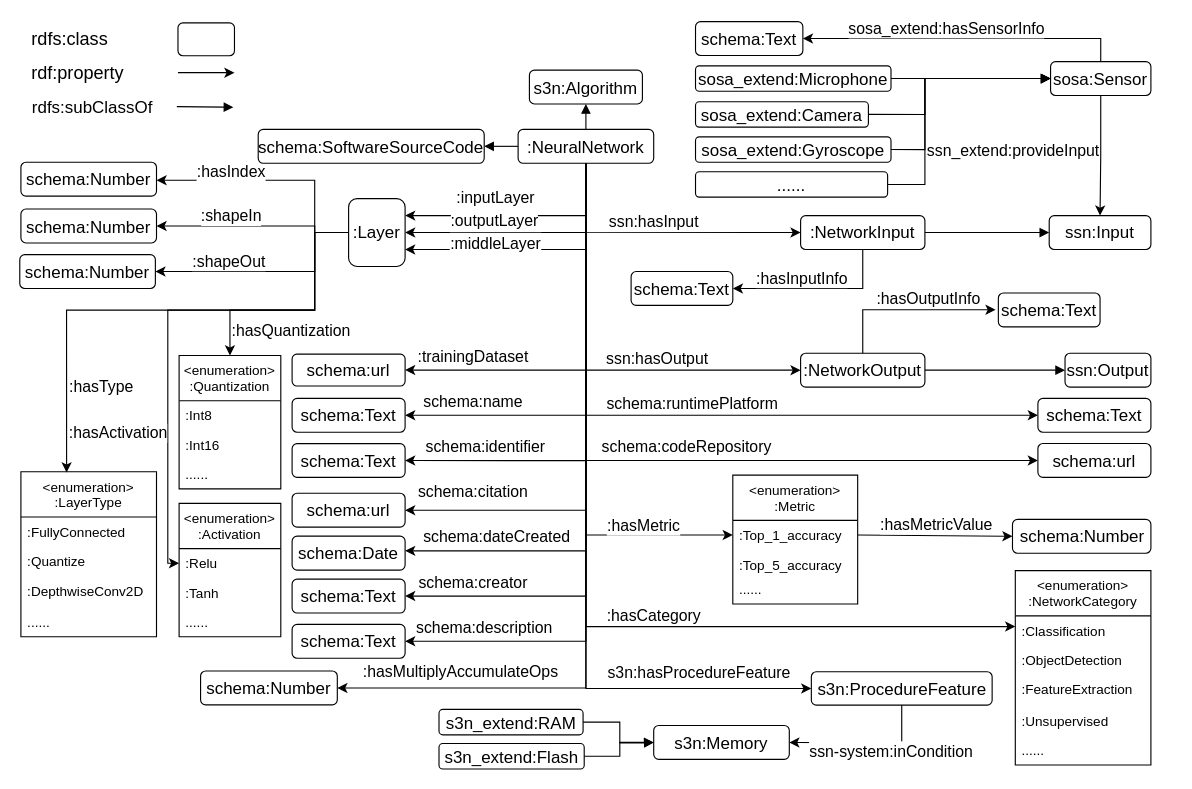
Above: NN_tinyML.drawio in Haoyu-R/appendix (draw.io), before the change. Source tidied: cells renumbered, new cells numbered last; positions are measured from the earlier drawing's top-left corner, leaving out a move shared by most shapes. Both pictures are drawn from the tidied source at 113%, with x=0, y=0 at pixel (19, 21).
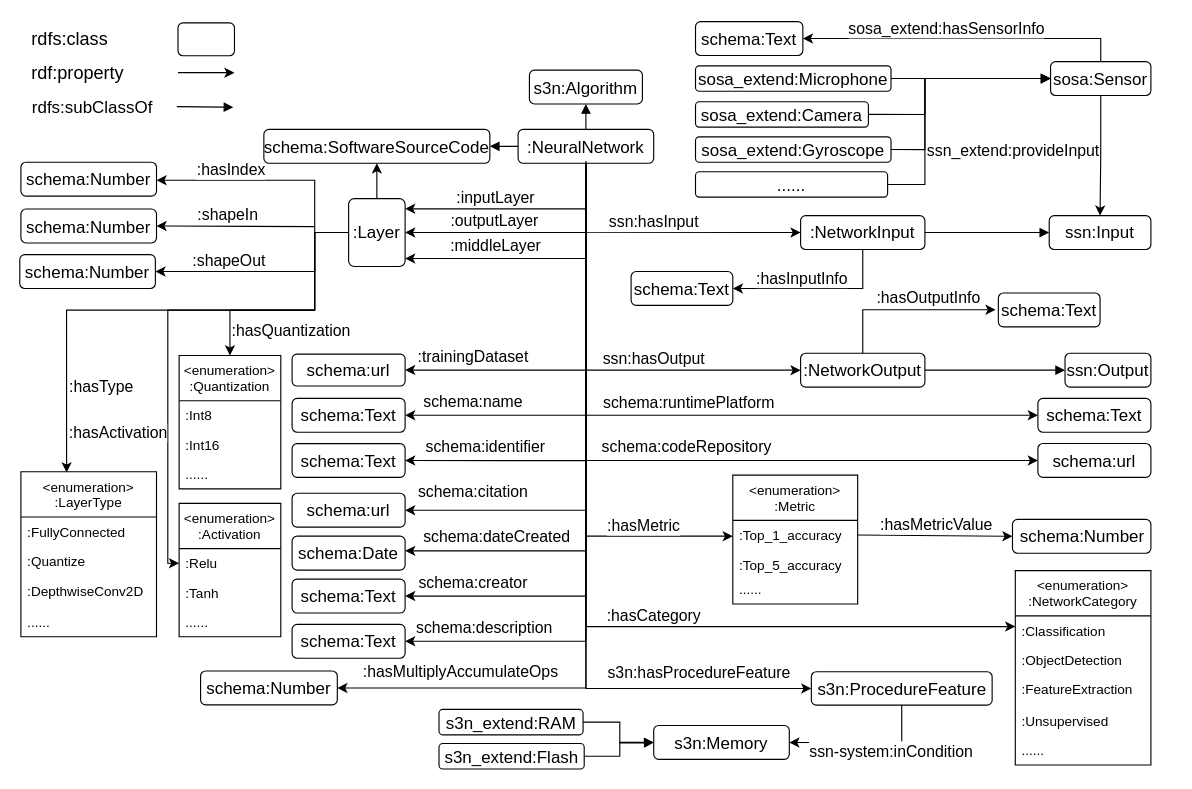
After the change.

The change refers to these unchanged cells:
```xml
<mxCell id="10" style="edgeStyle=orthogonalEdgeStyle;rounded=0;jettySize=auto;html=1;exitX=0.5;exitY=1;exitDx=0;exitDy=0;entryX=0;entryY=0.5;entryDx=0;entryDy=0;fillColor=none;" parent="1" edge="1" source="12" target="97">
  <mxGeometry relative="1" as="geometry" />
</mxCell>
<mxCell id="12" value=":NeuralNetwork" style="rounded=1;whiteSpace=wrap;html=1;fontSize=15;fillColor=none;" parent="1" vertex="1">
  <mxGeometry x="441" y="95" width="120" height="30" as="geometry" />
</mxCell>
<mxCell id="35" style="edgeStyle=orthogonalEdgeStyle;rounded=0;jettySize=auto;html=1;exitX=0.5;exitY=0;exitDx=0;exitDy=0;entryX=-0.027;entryY=0.493;entryDx=0;entryDy=0;entryPerimeter=0;fillColor=none;" parent="1" edge="1" source="37" target="45">
  <mxGeometry relative="1" as="geometry">
    <Array as="points">
      <mxPoint x="746" y="255" />
    </Array>
  </mxGeometry>
</mxCell>
<mxCell id="40" style="edgeStyle=orthogonalEdgeStyle;rounded=0;jettySize=auto;html=1;entryX=1;entryY=0.5;entryDx=0;entryDy=0;exitX=0;exitY=0.5;exitDx=0;exitDy=0;fillColor=none;" parent="1" edge="1" source="18" target="43">
  <mxGeometry x="0.54" relative="1" as="geometry">
    <Array as="points">
      <mxPoint x="261" y="186" />
      <mxPoint x="261" y="221" />
    </Array>
  </mxGeometry>
</mxCell>
<mxCell id="42" value="schema:Number" style="rounded=1;whiteSpace=wrap;html=1;fontSize=15;fillColor=none;" parent="1" vertex="1">
  <mxGeometry x="1" y="165.5" width="120" height="30" as="geometry" />
</mxCell>
<mxCell id="47" style="edgeStyle=orthogonalEdgeStyle;rounded=0;jettySize=auto;html=1;exitX=0;exitY=0.5;exitDx=0;exitDy=0;fillColor=none;" parent="1" edge="1" source="18" target="46">
  <mxGeometry relative="1" as="geometry">
    <Array as="points">
      <mxPoint x="261" y="186" />
      <mxPoint x="261" y="140" />
    </Array>
  </mxGeometry>
</mxCell>
<mxCell id="88" value=":Top_1_accuracy" style="text;strokeColor=none;fillColor=none;align=left;verticalAlign=top;spacingLeft=4;spacingRight=4;overflow=hidden;points=[[0,0.5],[1,0.5]];portConstraint=eastwest;" parent="87" vertex="1">
  <mxGeometry y="40" width="110.5" height="26" as="geometry" />
</mxCell>
<mxCell id="113" style="endArrow=classic;html=1;rounded=0;fontSize=13;entryX=0;entryY=0.5;entryDx=0;entryDy=0;exitX=0.5;exitY=1;exitDx=0;exitDy=0;fillColor=none;" parent="1" edge="1" source="12" target="37">
  <mxGeometry relative="1" as="geometry">
    <Array as="points">
      <mxPoint x="501" y="308" />
    </Array>
  </mxGeometry>
</mxCell>
```

The edit, as a diff of the source:
```diff
@@
-    <mxCell id="5" value="&lt;font style=&quot;font-size: 14px&quot;&gt;:inputLayer&lt;/font&gt;" style="edgeStyle=orthogonalEdgeStyle;rounded=0;jettySize=auto;html=1;exitX=0.5;exitY=1;exitDx=0;exitDy=0;entryX=1;entryY=0.25;entryDx=0;entryDy=0;fontSize=15;fillColor=none;" parent="1" edge="1" source="12" target="18">
-      <mxGeometry x="0.22" y="-16" relative="1" as="geometry" />
+    <mxCell id="5" value="&lt;font style=&quot;font-size: 14px&quot;&gt;:inputLayer&lt;/font&gt;" style="edgeStyle=orthogonalEdgeStyle;rounded=0;orthogonalLoop=1;jettySize=auto;html=1;exitX=0.5;exitY=1;exitDx=0;exitDy=0;entryX=1;entryY=0.25;entryDx=0;entryDy=0;fontSize=15;fillColor=none;" parent="1" edge="1">
+      <mxGeometry x="0.21" y="-10" relative="1" as="geometry">
+        <mxPoint x="501" y="123" as="sourcePoint" />
+        <mxPoint x="341" y="165.3" as="targetPoint" />
+        <Array as="points">
+          <mxPoint x="501" y="165" />
+        </Array>
+      </mxGeometry>
     </mxCell>
@@
-    <mxCell id="7" value="&lt;font style=&quot;font-size: 14px&quot;&gt;:middleLayer&lt;/font&gt;" style="edgeStyle=orthogonalEdgeStyle;rounded=0;jettySize=auto;html=1;exitX=0.5;exitY=1;exitDx=0;exitDy=0;entryX=1;entryY=0.75;entryDx=0;entryDy=0;fontSize=15;fillColor=none;" parent="1" edge="1" source="12" target="18">
-      <mxGeometry x="0.32" y="-6" relative="1" as="geometry" />
+    <mxCell id="7" value="&lt;font style=&quot;font-size: 14px&quot;&gt;:middleLayer&lt;/font&gt;" style="edgeStyle=orthogonalEdgeStyle;rounded=0;orthogonalLoop=1;jettySize=auto;html=1;exitX=0.5;exitY=1;exitDx=0;exitDy=0;entryX=1;entryY=0.75;entryDx=0;entryDy=0;fontSize=15;fillColor=none;" parent="1" edge="1">
+      <mxGeometry x="0.32" y="-12" relative="1" as="geometry">
+        <mxPoint x="501" y="133" as="sourcePoint" />
+        <mxPoint x="341" y="209.3" as="targetPoint" />
+        <Array as="points">
+          <mxPoint x="501" y="209" />
+        </Array>
+      </mxGeometry>
     </mxCell>
@@
     <mxCell id="11" value="&lt;font style=&quot;font-size: 14px&quot;&gt;schema:runtimePlatform&lt;/font&gt;" style="edgeLabel;html=1;align=center;verticalAlign=middle;fillColor=none;" parent="10" vertex="1">
       <mxGeometry x="0.66" y="-2" relative="1" as="geometry">
-        <mxPoint x="-201" y="-13" as="offset" />
+        <mxPoint x="-204" y="-14" as="offset" />
       </mxGeometry>
     </mxCell>
@@
+    <mxCell id="119" style="edgeStyle=orthogonalEdgeStyle;rounded=0;jettySize=auto;html=1;" parent="1" edge="1" source="18" target="117">
+      <mxGeometry relative="1" as="geometry" />
+    </mxCell>
-    <mxCell id="18" value=":Layer" style="rounded=1;whiteSpace=wrap;html=1;fontSize=15;fillColor=none;" parent="1" vertex="1">
+    <mxCell id="18" value=":Layer" style="rounded=1;whiteSpace=wrap;html=1;fontSize=15;fillColor=none;arcSize=10;" parent="1" vertex="1">
       <mxGeometry x="291" y="156.3" width="50" height="60" as="geometry" />
     </mxCell>
@@
     <mxCell id="36" value="&lt;font style=&quot;font-size: 14px&quot;&gt;:hasOutputInfo&lt;/font&gt;" style="edgeLabel;html=1;align=center;verticalAlign=middle;fillColor=none;" parent="35" vertex="1">
       <mxGeometry x="-0.26" y="-1" relative="1" as="geometry">
-        <mxPoint x="38" y="-11" as="offset" />
+        <mxPoint x="38" y="-12" as="offset" />
       </mxGeometry>
     </mxCell>
@@
     <mxCell id="38" style="edgeStyle=orthogonalEdgeStyle;rounded=0;jettySize=auto;html=1;entryX=1;entryY=0.5;entryDx=0;entryDy=0;fillColor=none;" parent="1" edge="1" target="42">
       <mxGeometry relative="1" as="geometry">
         <mxPoint x="261" y="181" as="sourcePoint" />
         <Array as="points">
-          <mxPoint x="261" y="186" />
           <mxPoint x="261" y="181" />
-          <mxPoint x="159" y="181" />
         </Array>
       </mxGeometry>
     </mxCell>
     <mxCell id="39" value="&lt;font style=&quot;font-size: 14px&quot;&gt;:shapeIn&lt;/font&gt;" style="edgeLabel;html=1;align=center;verticalAlign=middle;fillColor=none;" parent="38" vertex="1">
       <mxGeometry x="0.41" relative="1" as="geometry">
-        <mxPoint x="21" y="-9" as="offset" />
+        <mxPoint x="21" y="-10" as="offset" />
       </mxGeometry>
     </mxCell>
@@
     <mxCell id="41" value="&lt;font style=&quot;font-size: 14px&quot;&gt;:shapeOut&lt;/font&gt;" style="edgeLabel;html=1;align=center;verticalAlign=middle;fillColor=none;" parent="40" vertex="1">
       <mxGeometry x="0.29" relative="1" as="geometry">
-        <mxPoint x="-8" y="-9" as="offset" />
+        <mxPoint x="-8" y="-10" as="offset" />
       </mxGeometry>
     </mxCell>
@@
     <mxCell id="48" value="&lt;font style=&quot;font-size: 14px&quot;&gt;:hasIndex&lt;/font&gt;" style="edgeLabel;html=1;align=center;verticalAlign=middle;fillColor=none;" parent="47" vertex="1">
       <mxGeometry x="0.41" relative="1" as="geometry">
-        <mxPoint x="1" y="-8" as="offset" />
+        <mxPoint x="1" y="-10" as="offset" />
       </mxGeometry>
     </mxCell>
@@
-    <mxCell id="50" value="&lt;font style=&quot;font-size: 14px&quot;&gt;:hasMetric&lt;/font&gt;" style="edgeStyle=orthogonalEdgeStyle;rounded=0;jettySize=auto;html=1;exitX=0.5;exitY=1;exitDx=0;exitDy=0;entryX=0;entryY=0.5;entryDx=0;entryDy=0;fontSize=15;fillColor=none;" parent="1" edge="1" target="88">
-      <mxGeometry x="0.64" y="9" relative="1" as="geometry">
-        <mxPoint x="501" y="143" as="sourcePoint" />
+    <mxCell id="50" value="&lt;font style=&quot;font-size: 14px&quot;&gt;:hasMetric&lt;/font&gt;" style="edgeStyle=orthogonalEdgeStyle;rounded=0;orthogonalLoop=1;jettySize=auto;html=1;exitX=0.5;exitY=1;exitDx=0;exitDy=0;entryX=0;entryY=0.5;entryDx=0;entryDy=0;fontSize=15;fillColor=none;" parent="1" edge="1">
+      <mxGeometry x="0.64" y="10" relative="1" as="geometry">
+        <mxPoint x="501" y="144" as="sourcePoint" />
+        <mxPoint x="631" y="455" as="targetPoint" />
         <Array as="points">
-          <mxPoint x="501" y="454" />
+          <mxPoint x="501" y="455" />
         </Array>
       </mxGeometry>
     </mxCell>
@@
     <mxCell id="114" value="&lt;font style=&quot;font-size: 14px&quot;&gt;ssn:hasOutput&lt;/font&gt;" style="edgeLabel;html=1;align=center;verticalAlign=middle;fontSize=13;fillColor=none;" parent="113" vertex="1">
       <mxGeometry x="0.6" y="-5" relative="1" as="geometry">
-        <mxPoint x="-52" y="-16" as="offset" />
+        <mxPoint x="-55" y="-16" as="offset" />
       </mxGeometry>
     </mxCell>
@@
     <mxCell id="117" value="schema:SoftwareSourceCode" style="rounded=1;whiteSpace=wrap;html=1;fontSize=15;fillColor=none;" parent="1" vertex="1">
-      <mxGeometry x="211" y="95" width="200" height="30" as="geometry" />
+      <mxGeometry x="216" y="95" width="200" height="30" as="geometry" />
     </mxCell>
```
